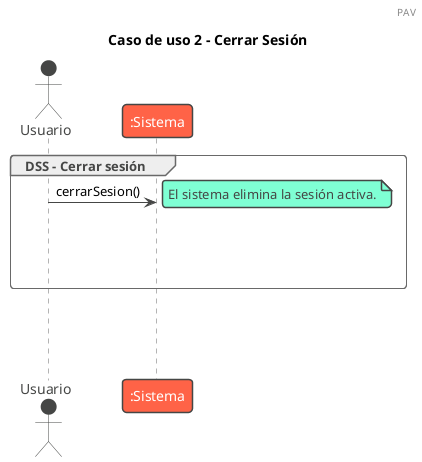
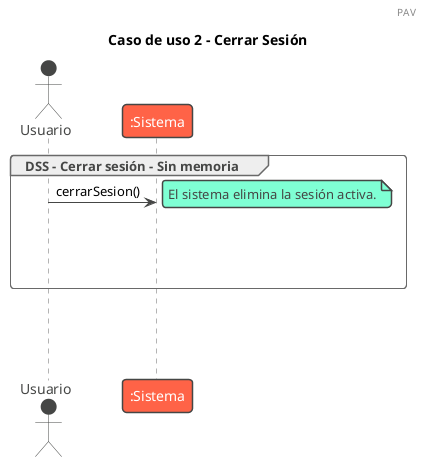
@startuml cerrarSesion
!theme vibrant
header PAV


title Caso de uso 2 - Cerrar Sesión

- group DSS - Cerrar sesión
+ group DSS - Cerrar sesión - Sin memoria

Actor Usuario

note left of Usuario #aqua
end note

note left of Usuario #aqua
end note


Usuario -> ":Sistema" : cerrarSesion()
note right: El sistema elimina la sesión activa.



|||
|||
|||
end
|||
|||
|||
@enduml